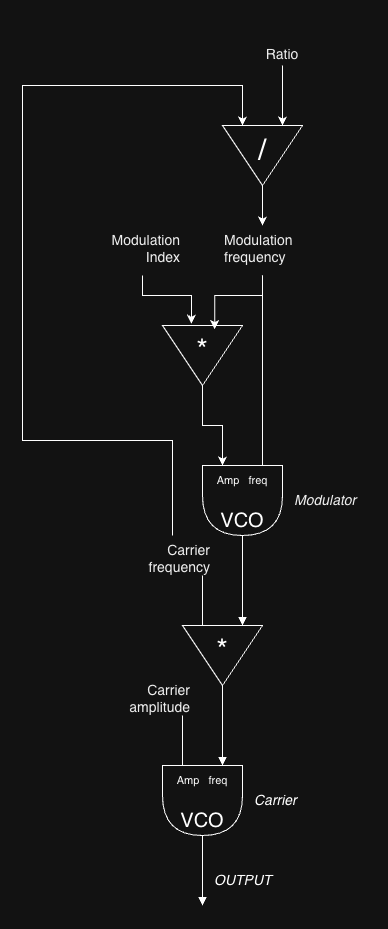
Before: csd2b/_session4/extra_fm_information/fm_flow_diagram_ratio.png, a diagram exported from draw.io (ciskavriezenga/CSD_25-26). Source tidied: cells renumbered, new cells last; positions are measured from the earlier drawing's top-left corner, leaving out a move shared by most shapes.
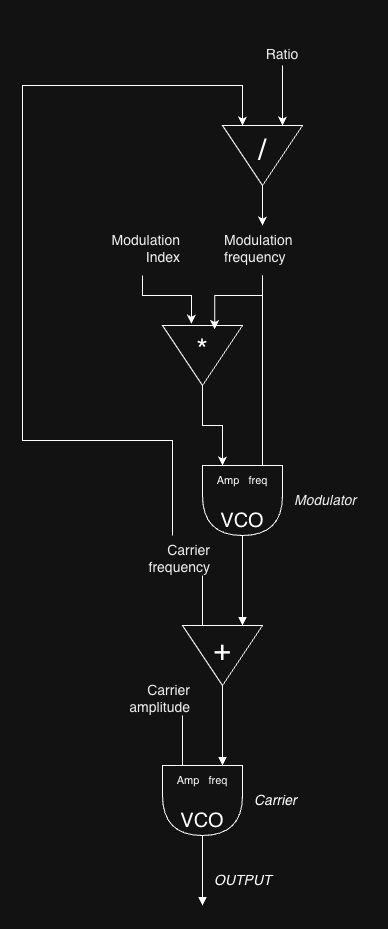
The same diagram one commit later.

Commit message:
fix * to + in flow diagram

What changed in the source:
```diff
@@ -21,7 +21,7 @@
     <mxCell id="5" value="&lt;span style=&quot;color: rgb(0, 0, 0); font-family: Helvetica; font-style: normal; font-variant-ligatures: normal; font-variant-caps: normal; font-weight: 400; letter-spacing: normal; orphans: 2; text-indent: 0px; text-transform: none; widows: 2; word-spacing: 0px; -webkit-text-stroke-width: 0px; white-space: normal; text-decoration-thickness: initial; text-decoration-style: initial; text-decoration-color: initial; float: none; display: inline !important;&quot;&gt;&lt;font style=&quot;font-size: 14px;&quot;&gt;Modulation frequency&lt;/font&gt;&lt;/span&gt;" style="text;whiteSpace=wrap;html=1;align=left;labelBackgroundColor=none;" parent="1" vertex="1">
       <mxGeometry x="200" y="210" width="80" height="50" as="geometry" />
     </mxCell>
-    <mxCell id="6" value="&lt;span style=&quot;font-size: 30px;&quot;&gt;*&lt;/span&gt;" style="triangle;whiteSpace=wrap;html=1;direction=south;verticalAlign=top;" parent="1" vertex="1">
+    <mxCell id="6" value="&lt;span style=&quot;font-size: 30px;&quot;&gt;+&lt;/span&gt;" style="triangle;whiteSpace=wrap;html=1;direction=south;verticalAlign=top;" parent="1" vertex="1">
       <mxGeometry x="160" y="610" width="80" height="60" as="geometry" />
     </mxCell>
     <mxCell id="7" style="endArrow=none;html=1;rounded=0;" parent="1" edge="1">
```
